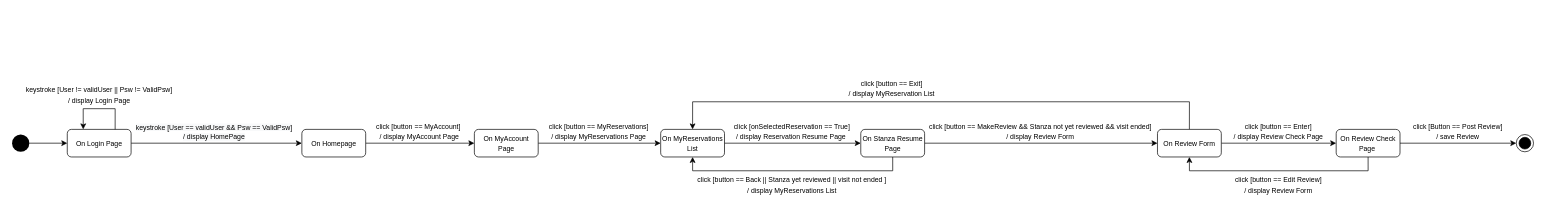
This is Deliverables/State Diagram/State Diagram Agostinelli.drawio from nic-agos/DoveStudi, a draw.io file, before an edit. Source tidied: cells renumbered, new cells numbered last; positions are measured from the earlier drawing's top-left corner, leaving out a move shared by most shapes. Both pictures are drawn from the tidied source at 69%, with x=0, y=0 at pixel (12, 74).
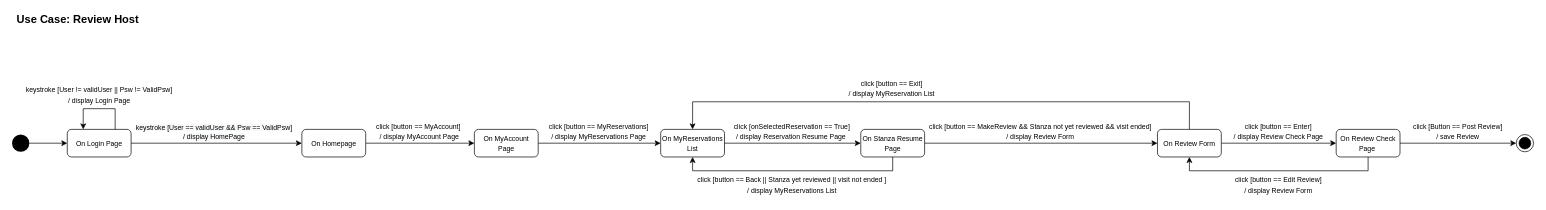
After the change.

Change to the diagram source:
```diff
@@
+    <mxCell id="34" value="&lt;font style=&quot;font-size: 16px&quot;&gt;&lt;b&gt;Use Case: Review Host&lt;/b&gt;&lt;/font&gt;" style="text;html=1;align=center;verticalAlign=middle;" parent="1" vertex="1">
+      <mxGeometry y="-90" width="190" height="20" as="geometry" />
+    </mxCell>
```
